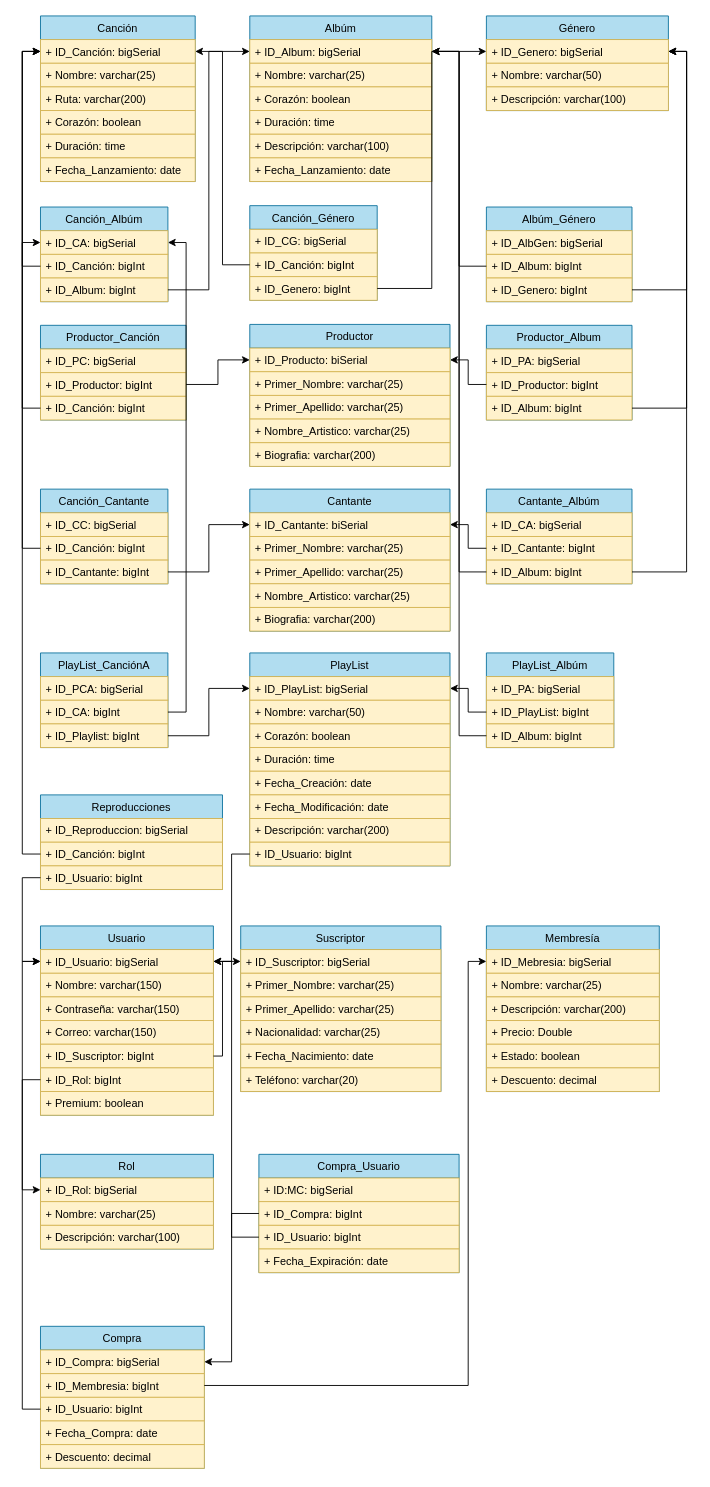
This is DiagramaRelacional_PyShark.drawio from RaveHunter05/ExampleDjango, a draw.io file, before an edit. Source tidied: cells renumbered, new cells numbered last; positions are measured from the earlier drawing's top-left corner, leaving out a move shared by most shapes. Both pictures are drawn from the tidied source at 91%, with x=0, y=0 at pixel (40, 15).
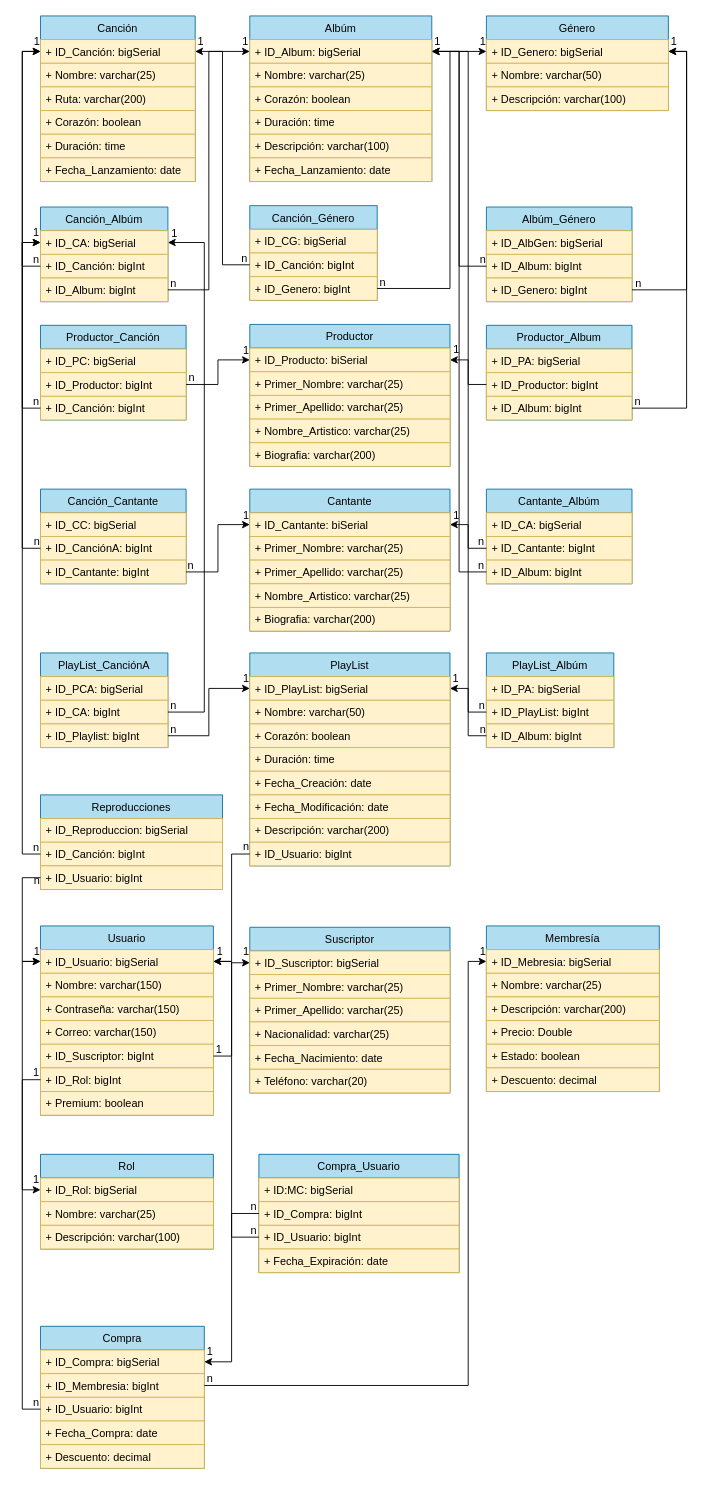
The same page after the edit.

The change refers to these unchanged cells:
```xml
<mxCell id="3" value="+ ID_Canción: bigSerial" style="text;strokeColor=#d6b656;fillColor=#fff2cc;align=left;verticalAlign=top;spacingLeft=4;spacingRight=4;overflow=hidden;points=[[0,0.5],[1,0.5]];portConstraint=eastwest;" parent="2" vertex="1">
  <mxGeometry y="26" width="170" height="26" as="geometry" />
</mxCell>
<mxCell id="10" value="+ ID_Album: bigSerial" style="text;strokeColor=#d6b656;fillColor=#fff2cc;align=left;verticalAlign=top;spacingLeft=4;spacingRight=4;overflow=hidden;points=[[0,0.5],[1,0.5]];portConstraint=eastwest;" parent="9" vertex="1">
  <mxGeometry y="26" width="200" height="26" as="geometry" />
</mxCell>
<mxCell id="17" value="+ ID_Genero: bigSerial" style="text;strokeColor=#d6b656;fillColor=#fff2cc;align=left;verticalAlign=top;spacingLeft=4;spacingRight=4;overflow=hidden;points=[[0,0.5],[1,0.5]];portConstraint=eastwest;" parent="16" vertex="1">
  <mxGeometry y="26" width="200" height="26" as="geometry" />
</mxCell>
<mxCell id="21" value="+ ID_CA: bigSerial" style="text;strokeColor=#d6b656;fillColor=#fff2cc;align=left;verticalAlign=top;spacingLeft=4;spacingRight=4;overflow=hidden;points=[[0,0.5],[1,0.5]];portConstraint=eastwest;" parent="20" vertex="1">
  <mxGeometry y="26" width="140" height="26" as="geometry" />
</mxCell>
<mxCell id="27" value="+ ID_Genero: bigInt" style="text;strokeColor=#d6b656;fillColor=#fff2cc;align=left;verticalAlign=top;spacingLeft=4;spacingRight=4;overflow=hidden;points=[[0,0.5],[1,0.5]];portConstraint=eastwest;" parent="24" vertex="1">
  <mxGeometry y="78" width="140" height="26" as="geometry" />
</mxCell>
<mxCell id="59" value="+ ID_Album: bigInt" style="text;strokeColor=#d6b656;fillColor=#fff2cc;align=left;verticalAlign=top;spacingLeft=4;spacingRight=4;overflow=hidden;points=[[0,0.5],[1,0.5]];portConstraint=eastwest;" parent="56" vertex="1">
  <mxGeometry y="78" width="160" height="26" as="geometry" />
</mxCell>
<mxCell id="62" value="+ ID_CA: bigInt" style="text;strokeColor=#d6b656;fillColor=#fff2cc;align=left;verticalAlign=top;spacingLeft=4;spacingRight=4;overflow=hidden;points=[[0,0.5],[1,0.5]];portConstraint=eastwest;" parent="60" vertex="1">
  <mxGeometry y="52" width="140" height="26" as="geometry" />
</mxCell>
<mxCell id="76" value="+ ID_Album: bigInt" style="text;strokeColor=#d6b656;fillColor=#fff2cc;align=left;verticalAlign=top;spacingLeft=4;spacingRight=4;overflow=hidden;points=[[0,0.5],[1,0.5]];portConstraint=eastwest;" parent="73" vertex="1">
  <mxGeometry y="78" width="140" height="26" as="geometry" />
</mxCell>
<mxCell id="82" value="+ ID_Suscriptor: bigInt" style="text;strokeColor=#d6b656;fillColor=#fff2cc;align=left;verticalAlign=top;spacingLeft=4;spacingRight=4;overflow=hidden;points=[[0,0.5],[1,0.5]];portConstraint=eastwest;" parent="77" vertex="1">
  <mxGeometry y="130" width="190" height="26" as="geometry" />
</mxCell>
<mxCell id="86" value="+ ID_Suscriptor: bigSerial" style="text;strokeColor=#d6b656;fillColor=#fff2cc;align=left;verticalAlign=top;spacingLeft=4;spacingRight=4;overflow=hidden;points=[[0,0.5],[1,0.5]];portConstraint=eastwest;" parent="85" vertex="1">
  <mxGeometry y="26" width="220" height="26" as="geometry" />
</mxCell>
```

Diff of the diagram source:
```diff
@@
     <mxCell id="46" value="Canción_Cantante" style="swimlane;fontStyle=0;horizontal=1;startSize=26;fillColor=#b1ddf0;strokeColor=#10739e;" parent="1" vertex="1">
-      <mxGeometry y="520" width="140" height="104" as="geometry" />
+      <mxGeometry y="520" width="160" height="104" as="geometry" />
     </mxCell>
     <mxCell id="47" value="+ ID_CC: bigSerial" style="text;strokeColor=#d6b656;fillColor=#fff2cc;align=left;verticalAlign=top;spacingLeft=4;spacingRight=4;overflow=hidden;" parent="46" vertex="1">
-      <mxGeometry y="26" width="140" height="26" as="geometry" />
+      <mxGeometry y="26" width="160" height="26" as="geometry" />
     </mxCell>
-    <mxCell id="48" value="+ ID_Canción: bigInt" style="text;strokeColor=#d6b656;fillColor=#fff2cc;align=left;verticalAlign=top;spacingLeft=4;spacingRight=4;overflow=hidden;points=[[0,0.5],[1,0.5]];portConstraint=eastwest;" parent="46" vertex="1">
-      <mxGeometry y="52" width="140" height="26" as="geometry" />
+    <mxCell id="48" value="+ ID_CanciónA: bigInt" style="text;strokeColor=#d6b656;fillColor=#fff2cc;align=left;verticalAlign=top;spacingLeft=4;spacingRight=4;overflow=hidden;points=[[0,0.5],[1,0.5]];portConstraint=eastwest;" parent="46" vertex="1">
+      <mxGeometry y="52" width="160" height="26" as="geometry" />
     </mxCell>
     <mxCell id="49" value="+ ID_Cantante: bigInt" style="text;strokeColor=#d6b656;fillColor=#fff2cc;align=left;verticalAlign=top;spacingLeft=4;spacingRight=4;overflow=hidden;points=[[0,0.5],[1,0.5]];portConstraint=eastwest;" parent="46" vertex="1">
-      <mxGeometry y="78" width="140" height="26" as="geometry" />
+      <mxGeometry y="78" width="160" height="26" as="geometry" />
     </mxCell>
@@
     <mxCell id="85" value="Suscriptor" style="swimlane;fontStyle=0;horizontal=1;startSize=26;fillColor=#b1ddf0;strokeColor=#10739e;" parent="1" vertex="1">
-      <mxGeometry x="220" y="1000" width="220" height="182" as="geometry" />
+      <mxGeometry x="230" y="1001.5" width="220" height="182" as="geometry" />
     </mxCell>
@@
     <mxCell id="117" style="edgeStyle=orthogonalEdgeStyle;rounded=0;jettySize=auto;html=1;exitX=1;exitY=0.5;exitDx=0;exitDy=0;entryX=0;entryY=0.5;entryDx=0;entryDy=0;" parent="1" edge="1" source="27" target="17">
-      <mxGeometry relative="1" as="geometry" />
+      <mxGeometry relative="1" as="geometry">
+        <Array as="points">
+          <mxPoint x="450" y="300" />
+          <mxPoint x="450" y="39" />
+        </Array>
+      </mxGeometry>
     </mxCell>
@@
-    <mxCell id="126" style="edgeStyle=orthogonalEdgeStyle;rounded=0;jettySize=auto;html=1;exitX=0;exitY=0.5;exitDx=0;exitDy=0;entryX=0;entryY=0.5;entryDx=0;entryDy=0;" parent="1" edge="1" source="48" target="3">
-      <mxGeometry relative="1" as="geometry" />
-    </mxCell>
-    <mxCell id="127" style="edgeStyle=orthogonalEdgeStyle;rounded=0;jettySize=auto;html=1;exitX=1;exitY=0.5;exitDx=0;exitDy=0;entryX=1;entryY=0.5;entryDx=0;entryDy=0;" parent="1" edge="1" source="59" target="17">
-      <mxGeometry relative="1" as="geometry" />
-    </mxCell>
@@
     <mxCell id="130" style="edgeStyle=orthogonalEdgeStyle;rounded=0;jettySize=auto;html=1;exitX=1;exitY=0.5;exitDx=0;exitDy=0;entryX=1;entryY=0.5;entryDx=0;entryDy=0;" parent="1" edge="1" source="62" target="21">
-      <mxGeometry relative="1" as="geometry" />
+      <mxGeometry relative="1" as="geometry">
+        <Array as="points">
+          <mxPoint x="180" y="765" />
+          <mxPoint x="180" y="249" />
+        </Array>
+      </mxGeometry>
     </mxCell>
     <mxCell id="131" style="edgeStyle=orthogonalEdgeStyle;rounded=0;jettySize=auto;html=1;exitX=0;exitY=0.5;exitDx=0;exitDy=0;entryX=1;entryY=0.5;entryDx=0;entryDy=0;" parent="1" edge="1" source="59" target="10">
-      <mxGeometry relative="1" as="geometry" />
+      <mxGeometry relative="1" as="geometry">
+        <Array as="points">
+          <mxPoint x="460" y="611" />
+          <mxPoint x="460" y="39" />
+        </Array>
+      </mxGeometry>
     </mxCell>
     <mxCell id="132" style="edgeStyle=orthogonalEdgeStyle;rounded=0;jettySize=auto;html=1;exitX=0;exitY=0.5;exitDx=0;exitDy=0;entryX=1;entryY=0.5;entryDx=0;entryDy=0;" parent="1" edge="1" source="76" target="10">
-      <mxGeometry relative="1" as="geometry" />
+      <mxGeometry relative="1" as="geometry">
+        <Array as="points">
+          <mxPoint x="470" y="791" />
+          <mxPoint x="470" y="39" />
+        </Array>
+      </mxGeometry>
     </mxCell>
-    <mxCell id="133" style="edgeStyle=orthogonalEdgeStyle;rounded=0;jettySize=auto;html=1;exitX=1;exitY=0.5;exitDx=0;exitDy=0;entryX=0;entryY=0.5;entryDx=0;entryDy=0;" parent="1" edge="1" source="82" target="86">
-      <mxGeometry relative="1" as="geometry">
-        <Array as="points">
-          <mxPoint x="200" y="1143" />
-          <mxPoint x="200" y="1039" />
-        </Array>
-      </mxGeometry>
-    </mxCell>
@@
+    <mxCell id="146" value="1" style="text;html=1;align=center;verticalAlign=middle;" parent="1" vertex="1">
+      <mxGeometry x="-15" y="1151" width="20" height="20" as="geometry" />
+    </mxCell>
+    <mxCell id="147" value="1" style="text;html=1;align=center;verticalAlign=middle;" parent="1" vertex="1">
+      <mxGeometry x="-15" y="1269" width="20" height="20" as="geometry" />
+    </mxCell>
+    <mxCell id="148" value="1" style="text;html=1;align=center;verticalAlign=middle;" parent="1" vertex="1">
+      <mxGeometry x="-14" y="1018" width="20" height="20" as="geometry" />
+    </mxCell>
+    <mxCell id="149" value="n" style="text;html=1;align=center;verticalAlign=middle;" parent="1" vertex="1">
+      <mxGeometry x="-14" y="940" width="20" height="20" as="geometry" />
+    </mxCell>
+    <mxCell id="150" value="1" style="text;html=1;align=center;verticalAlign=middle;" parent="1" vertex="1">
+      <mxGeometry x="-15" y="228" width="20" height="20" as="geometry" />
+    </mxCell>
+    <mxCell id="151" value="n" style="text;html=1;align=center;verticalAlign=middle;" parent="1" vertex="1">
+      <mxGeometry x="-15" y="904" width="20" height="20" as="geometry" />
+    </mxCell>
+    <mxCell id="152" value="1" style="text;html=1;align=center;verticalAlign=middle;" parent="1" vertex="1">
+      <mxGeometry x="216" y="539" width="20" height="20" as="geometry" />
+    </mxCell>
+    <mxCell id="153" value="n" style="text;html=1;align=center;verticalAlign=middle;" parent="1" vertex="1">
+      <mxGeometry x="155" y="594" width="20" height="20" as="geometry" />
+    </mxCell>
+    <mxCell id="154" value="1" style="text;html=1;align=center;verticalAlign=middle;" parent="1" vertex="1">
+      <mxGeometry x="-14" y="18" width="20" height="20" as="geometry" />
+    </mxCell>
+    <mxCell id="155" value="n" style="text;html=1;align=center;verticalAlign=middle;" parent="1" vertex="1">
+      <mxGeometry x="-14" y="568" width="20" height="20" as="geometry" />
+    </mxCell>
+    <mxCell id="156" style="edgeStyle=orthogonalEdgeStyle;rounded=0;jettySize=auto;html=1;exitX=0;exitY=0.5;exitDx=0;exitDy=0;entryX=0;entryY=0.5;entryDx=0;entryDy=0;" parent="1" edge="1" source="48" target="21">
+      <mxGeometry relative="1" as="geometry" />
+    </mxCell>
+    <mxCell id="157" value="1" style="text;html=1;align=center;verticalAlign=middle;" parent="1" vertex="1">
+      <mxGeometry x="166" y="18" width="20" height="20" as="geometry" />
+    </mxCell>
+    <mxCell id="158" value="n" style="text;html=1;align=center;verticalAlign=middle;" parent="1" vertex="1">
+      <mxGeometry x="214" y="257" width="20" height="20" as="geometry" />
+    </mxCell>
+    <mxCell id="159" value="1" style="text;html=1;align=center;verticalAlign=middle;" parent="1" vertex="1">
+      <mxGeometry x="215" y="18" width="20" height="20" as="geometry" />
+    </mxCell>
+    <mxCell id="160" value="n" style="text;html=1;align=center;verticalAlign=middle;" parent="1" vertex="1">
+      <mxGeometry x="136" y="284" width="20" height="20" as="geometry" />
+    </mxCell>
+    <mxCell id="161" value="1" style="text;html=1;align=center;verticalAlign=middle;" parent="1" vertex="1">
+      <mxGeometry x="476" y="18" width="20" height="20" as="geometry" />
+    </mxCell>
+    <mxCell id="162" value="n" style="text;html=1;align=center;verticalAlign=middle;direction=south;" parent="1" vertex="1">
+      <mxGeometry x="366" y="283" width="20" height="20" as="geometry" />
+    </mxCell>
+    <mxCell id="163" value="1" style="text;html=1;align=center;verticalAlign=middle;" parent="1" vertex="1">
+      <mxGeometry x="686" y="18" width="20" height="20" as="geometry" />
+    </mxCell>
+    <mxCell id="164" value="n" style="text;html=1;align=center;verticalAlign=middle;" parent="1" vertex="1">
+      <mxGeometry x="647" y="284" width="20" height="20" as="geometry" />
+    </mxCell>
+    <mxCell id="165" value="1" style="text;html=1;align=center;verticalAlign=middle;" parent="1" vertex="1">
+      <mxGeometry x="426" y="18" width="20" height="20" as="geometry" />
+    </mxCell>
+    <mxCell id="166" value="n" style="text;html=1;align=center;verticalAlign=middle;" parent="1" vertex="1">
+      <mxGeometry x="476" y="258" width="20" height="20" as="geometry" />
+    </mxCell>
+    <mxCell id="167" value="1" style="text;html=1;align=center;verticalAlign=middle;" parent="1" vertex="1">
+      <mxGeometry x="216" y="358" width="20" height="20" as="geometry" />
+    </mxCell>
+    <mxCell id="168" value="n" style="text;html=1;align=center;verticalAlign=middle;" parent="1" vertex="1">
+      <mxGeometry x="156" y="388" width="20" height="20" as="geometry" />
+    </mxCell>
+    <mxCell id="169" value="1" style="text;html=1;align=center;verticalAlign=middle;" parent="1" vertex="1">
+      <mxGeometry x="187" y="1018" width="20" height="20" as="geometry" />
+    </mxCell>
+    <mxCell id="170" value="n" style="text;html=1;align=center;verticalAlign=middle;" parent="1" vertex="1">
+      <mxGeometry x="216" y="903" width="20" height="20" as="geometry" />
+    </mxCell>
+    <mxCell id="171" value="1" style="text;html=1;align=center;verticalAlign=middle;" parent="1" vertex="1">
+      <mxGeometry x="216" y="1018" width="20" height="20" as="geometry" />
+    </mxCell>
+    <mxCell id="133" style="edgeStyle=orthogonalEdgeStyle;rounded=0;jettySize=auto;html=1;exitX=1;exitY=0.5;exitDx=0;exitDy=0;entryX=0;entryY=0.5;entryDx=0;entryDy=0;" parent="1" edge="1" source="82" target="86">
+      <mxGeometry relative="1" as="geometry" />
+    </mxCell>
+    <mxCell id="172" value="1" style="text;html=1;align=center;verticalAlign=middle;" parent="1" vertex="1">
+      <mxGeometry x="186" y="1126" width="20" height="20" as="geometry" />
+    </mxCell>
+    <mxCell id="173" value="1" style="text;html=1;align=center;verticalAlign=middle;" parent="1" vertex="1">
+      <mxGeometry x="476" y="1018" width="20" height="20" as="geometry" />
+    </mxCell>
+    <mxCell id="174" value="n" style="text;html=1;align=center;verticalAlign=middle;" parent="1" vertex="1">
+      <mxGeometry x="176" y="1488" width="20" height="20" as="geometry" />
+    </mxCell>
+    <mxCell id="175" value="1" style="text;html=1;align=center;verticalAlign=middle;" parent="1" vertex="1">
+      <mxGeometry x="176" y="1458" width="20" height="20" as="geometry" />
+    </mxCell>
+    <mxCell id="176" value="n" style="text;html=1;align=center;verticalAlign=middle;" parent="1" vertex="1">
+      <mxGeometry x="224" y="1299" width="20" height="20" as="geometry" />
+    </mxCell>
+    <mxCell id="177" value="n" style="text;html=1;align=center;verticalAlign=middle;" parent="1" vertex="1">
+      <mxGeometry x="224" y="1324.5" width="20" height="20" as="geometry" />
+    </mxCell>
+    <mxCell id="178" value="1" style="text;html=1;align=center;verticalAlign=middle;" parent="1" vertex="1">
+      <mxGeometry x="216" y="718" width="20" height="20" as="geometry" />
+    </mxCell>
+    <mxCell id="179" value="n" style="text;html=1;align=center;verticalAlign=middle;" parent="1" vertex="1">
+      <mxGeometry x="136" y="774" width="20" height="20" as="geometry" />
+    </mxCell>
+    <mxCell id="180" value="1" style="text;html=1;align=center;verticalAlign=middle;" parent="1" vertex="1">
+      <mxGeometry x="446" y="718" width="20" height="20" as="geometry" />
+    </mxCell>
+    <mxCell id="181" value="n" style="text;html=1;align=center;verticalAlign=middle;" parent="1" vertex="1">
+      <mxGeometry x="475" y="748" width="20" height="20" as="geometry" />
+    </mxCell>
+    <mxCell id="182" value="n" style="text;html=1;align=center;verticalAlign=middle;" parent="1" vertex="1">
+      <mxGeometry x="476" y="774" width="20" height="20" as="geometry" />
+    </mxCell>
+    <mxCell id="183" value="1" style="text;html=1;align=center;verticalAlign=middle;" parent="1" vertex="1">
+      <mxGeometry x="447" y="357" width="20" height="20" as="geometry" />
+    </mxCell>
+    <mxCell id="184" value="n" style="text;html=1;align=center;verticalAlign=middle;" parent="1" vertex="1">
+      <mxGeometry x="474" y="568" width="20" height="20" as="geometry" />
+    </mxCell>
+    <mxCell id="185" value="n" style="text;html=1;align=center;verticalAlign=middle;" parent="1" vertex="1">
+      <mxGeometry x="474" y="594" width="20" height="20" as="geometry" />
+    </mxCell>
+    <mxCell id="186" value="n" style="text;html=1;align=center;verticalAlign=middle;" parent="1" vertex="1">
+      <mxGeometry x="646" y="414" width="20" height="20" as="geometry" />
+    </mxCell>
+    <mxCell id="187" value="n" style="text;html=1;align=center;verticalAlign=middle;" parent="1" vertex="1">
+      <mxGeometry x="136" y="748" width="20" height="20" as="geometry" />
+    </mxCell>
+    <mxCell id="188" value="n" style="text;html=1;align=center;verticalAlign=middle;" parent="1" vertex="1">
+      <mxGeometry x="-15" y="414" width="20" height="20" as="geometry" />
+    </mxCell>
+    <mxCell id="189" value="n" style="text;html=1;align=center;verticalAlign=middle;" parent="1" vertex="1">
+      <mxGeometry x="-15" y="258" width="20" height="20" as="geometry" />
+    </mxCell>
+    <mxCell id="190" value="1" style="text;html=1;align=center;verticalAlign=middle;" parent="1" vertex="1">
+      <mxGeometry x="137" y="229" width="20" height="20" as="geometry" />
+    </mxCell>
+    <mxCell id="191" value="n" style="text;html=1;align=center;verticalAlign=middle;" parent="1" vertex="1">
+      <mxGeometry x="-15" y="1514" width="20" height="20" as="geometry" />
+    </mxCell>
+    <mxCell id="192" value="1" style="text;html=1;align=center;verticalAlign=middle;" parent="1" vertex="1">
+      <mxGeometry x="447" y="539" width="20" height="20" as="geometry" />
+    </mxCell>
```
